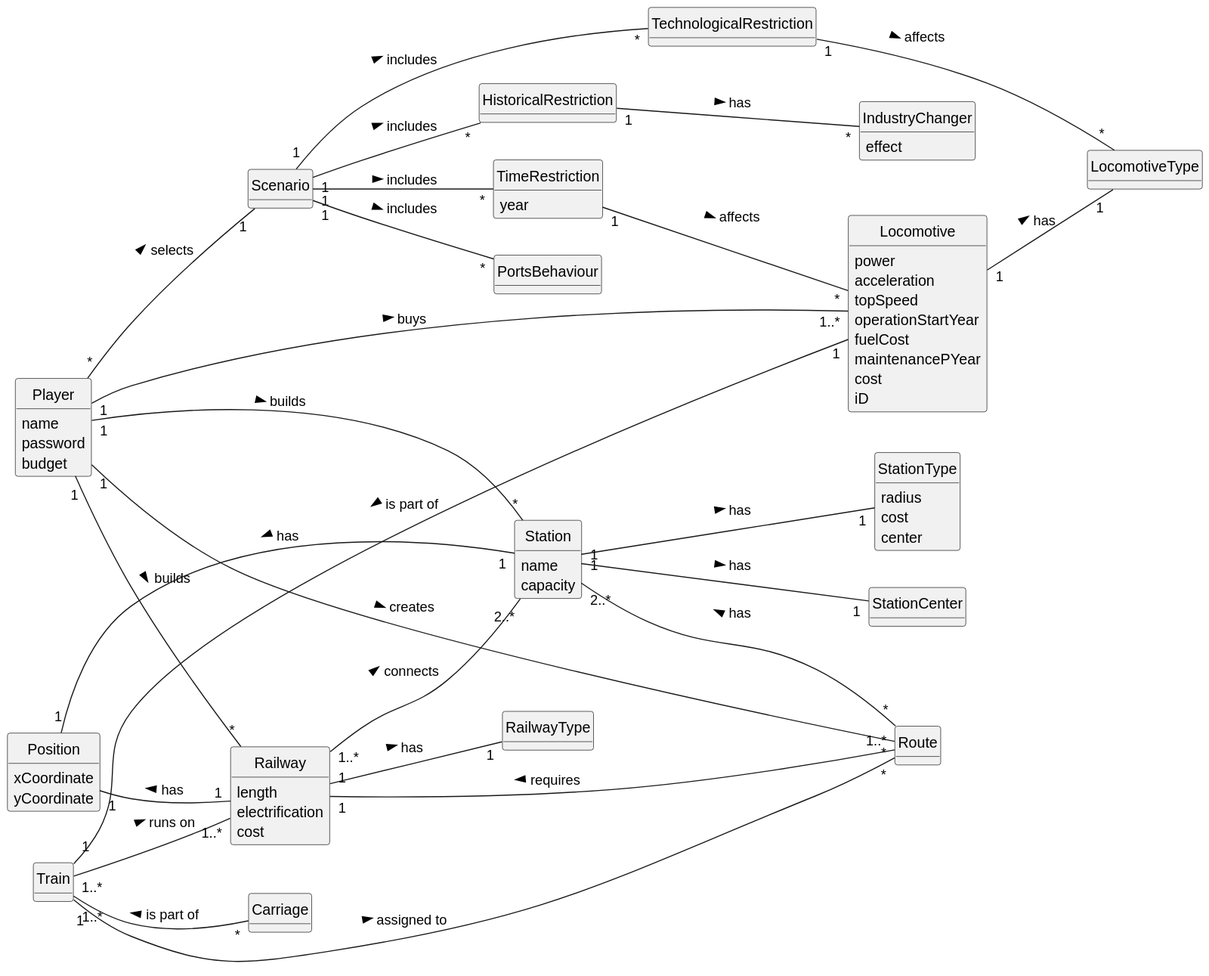
This is Sprint2/US014/02.analysis/svg/US014-DM.svg from 1240935/pi2-railway-simulator, a PlantUML export, as it was before one commit.
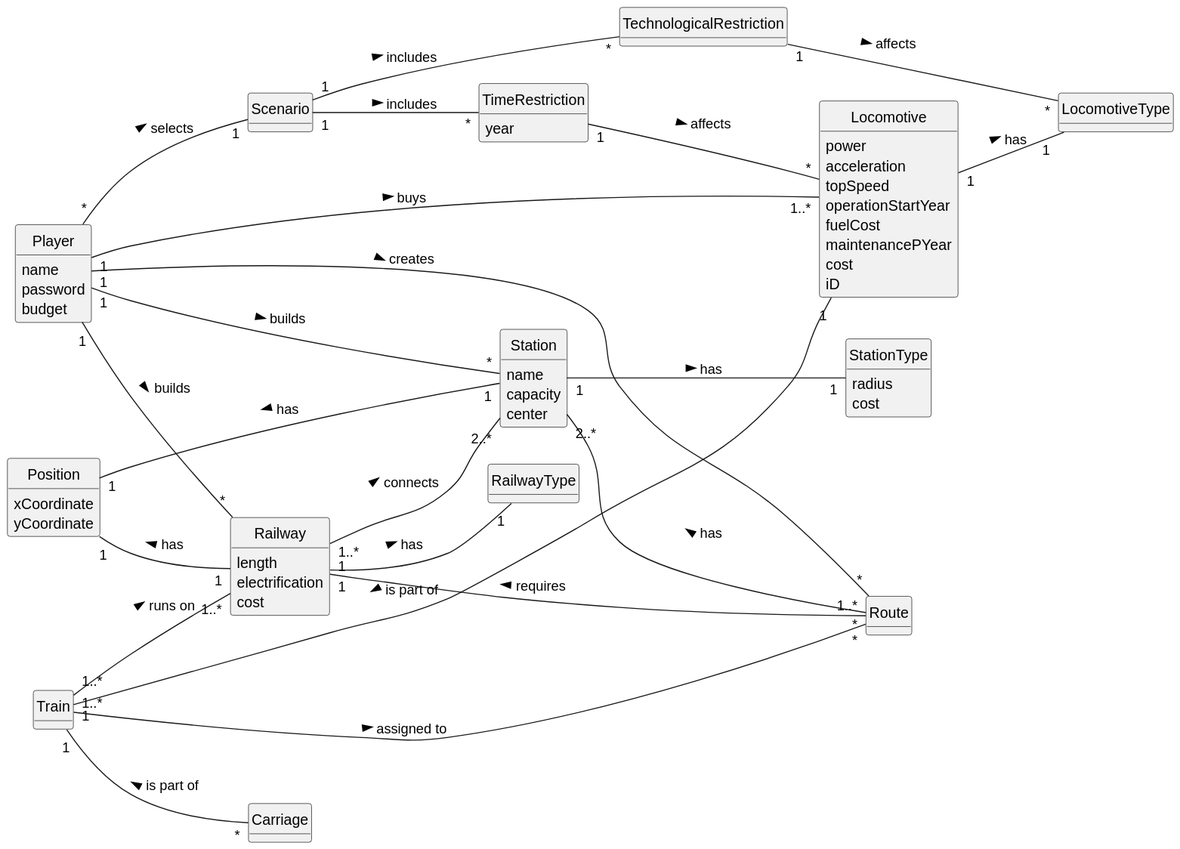
The same diagram one commit later.

The edit, as a diff of the source:
```diff
@@ -34,12 +34,12 @@
 class Station {
     name
     capacity
+    center
 }
 
 class StationType{
     radius
     cost
-    center
 }
 
 class Railway{
@@ -62,21 +62,11 @@
 class Carriage{
 }
 
-class HistoricalRestriction{
-}
-
 class TimeRestriction{
     year
 }
 
 class TechnologicalRestriction{
-}
-
-class PortsBehaviour{
-}
-
-class IndustryChanger{
-    effect
 }
 
 Player "*" -- "1" Scenario : selects >
@@ -85,21 +75,17 @@
 Player "1" -- "*" Railway : builds >
 Player "1" -- "1..*" Locomotive : buys >
 
-Scenario "1" -- "*" HistoricalRestriction: includes >
 Scenario "1" -- "*" TechnologicalRestriction: includes >
 Scenario "1" -- "*" TimeRestriction: includes >
-Scenario "1" -- "*" PortsBehaviour: includes >
 
 TimeRestriction "1" -- "*" Locomotive: affects >
 TechnologicalRestriction "1" -- "*" LocomotiveType: affects >
-HistoricalRestriction "1" -- "*" IndustryChanger: has >
 
 Position "1" -- "1" Station: has <
 Position "1" -- "1" Railway: has <
 
 Station "2..*" -- "*" Route: has <
 Station "1" -- "1" StationType: has >
-Station "1" -- "1" StationCenter: has >
 
 Locomotive "1" -- "1" LocomotiveType: has >
 
```
